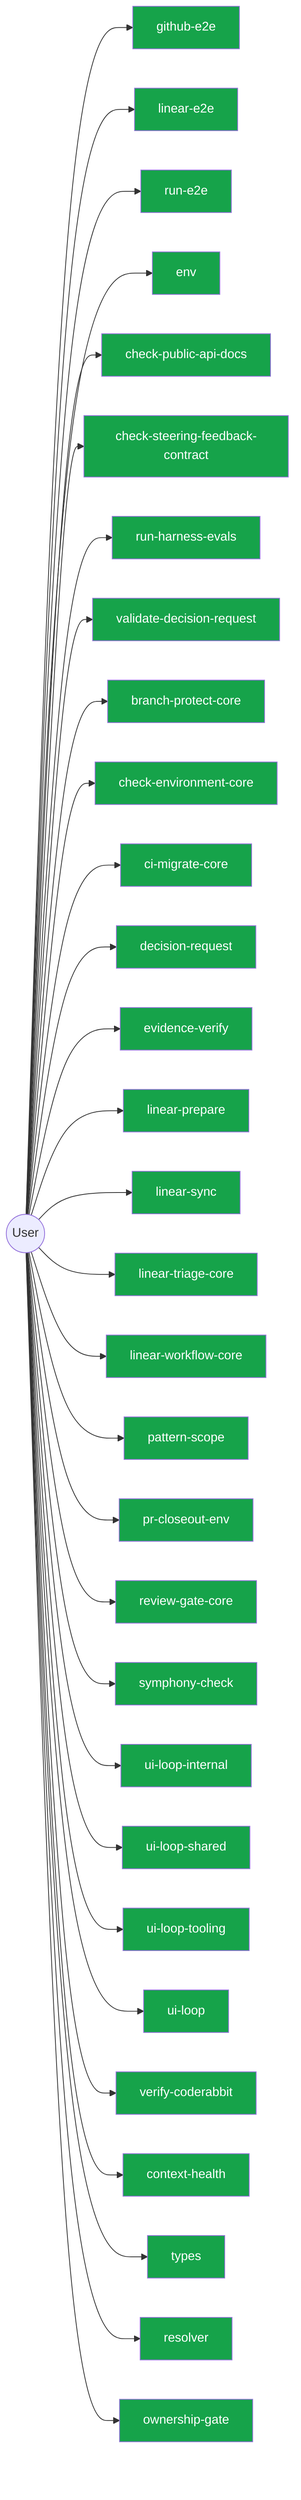
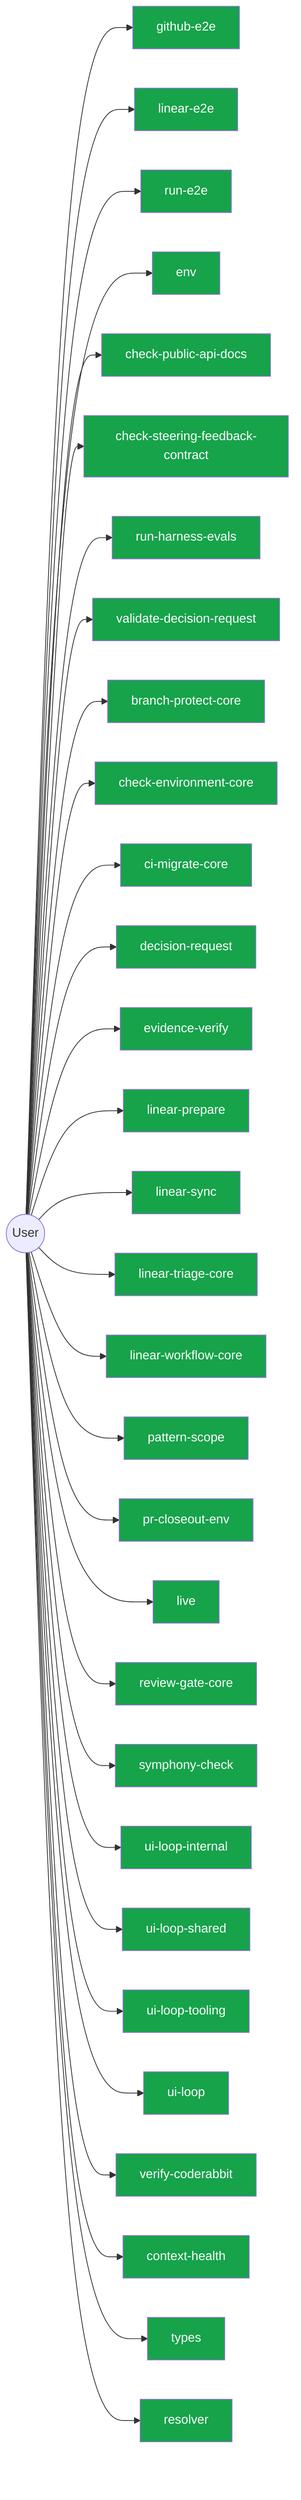
flowchart LR
  User(("User"))
  github_e2e_2891a341["github-e2e"]
  User --> github_e2e_2891a341
  linear_e2e_decf3708["linear-e2e"]
  User --> linear_e2e_decf3708
  run_e2e_39efe696["run-e2e"]
  User --> run_e2e_39efe696
  env_b77349bf["env"]
  User --> env_b77349bf
  check_public_api_docs_a9604f1b["check-public-api-docs"]
  User --> check_public_api_docs_a9604f1b
  check_steering_feedback_contract_80134459["check-steering-feedback-contract"]
  User --> check_steering_feedback_contract_80134459
  run_harness_evals_77704768["run-harness-evals"]
  User --> run_harness_evals_77704768
  validate_decision_request_2e5c325e["validate-decision-request"]
  User --> validate_decision_request_2e5c325e
  branch_protect_core_a8feb0fd["branch-protect-core"]
  User --> branch_protect_core_a8feb0fd
  check_environment_core_2c16213f["check-environment-core"]
  User --> check_environment_core_2c16213f
  ci_migrate_core_7005b5af["ci-migrate-core"]
  User --> ci_migrate_core_7005b5af
  decision_request_118a770d["decision-request"]
  User --> decision_request_118a770d
  evidence_verify_3b73c290["evidence-verify"]
  User --> evidence_verify_3b73c290
  linear_prepare_0c613ba6["linear-prepare"]
  User --> linear_prepare_0c613ba6
  linear_sync_a2fa2bf7["linear-sync"]
  User --> linear_sync_a2fa2bf7
  linear_triage_core_7cbca73e["linear-triage-core"]
  User --> linear_triage_core_7cbca73e
  linear_workflow_core_0e19cff4["linear-workflow-core"]
  User --> linear_workflow_core_0e19cff4
  pattern_scope_61ff946d["pattern-scope"]
  User --> pattern_scope_61ff946d
  pr_closeout_env_9bfcd9ef["pr-closeout-env"]
  User --> pr_closeout_env_9bfcd9ef
+   live_247610f4["live"]
+   User --> live_247610f4
  review_gate_core_4c8001f9["review-gate-core"]
  User --> review_gate_core_4c8001f9
  symphony_check_e97f2ea0["symphony-check"]
  User --> symphony_check_e97f2ea0
  ui_loop_internal_f2eb8892["ui-loop-internal"]
  User --> ui_loop_internal_f2eb8892
  ui_loop_shared_8c83b841["ui-loop-shared"]
  User --> ui_loop_shared_8c83b841
  ui_loop_tooling_12b2d2c7["ui-loop-tooling"]
  User --> ui_loop_tooling_12b2d2c7
  ui_loop_11660889["ui-loop"]
  User --> ui_loop_11660889
  verify_coderabbit_490b4e71["verify-coderabbit"]
  User --> verify_coderabbit_490b4e71
  context_health_1_ceb11829["context-health"]
  User --> context_health_1_ceb11829
  types_2_d9bc6e7a["types"]
  User --> types_2_d9bc6e7a
  resolver_439c3635["resolver"]
  User --> resolver_439c3635
-   ownership_gate_2e194d13["ownership-gate"]
-   User --> ownership_gate_2e194d13
  classDef userNode fill:#16a34a,color:#fff
-   class github_e2e_2891a341,linear_e2e_decf3708,run_e2e_39efe696,env_b77349bf,check_public_api_docs_a9604f1b,check_steering_feedback_contract_80134459,run_harness_evals_77704768,validate_decision_request_2e5c325e,branch_protect_core_a8feb0fd,check_environment_core_2c16213f,ci_migrate_core_7005b5af,decision_request_118a770d,evidence_verify_3b73c290,linear_prepare_0c613ba6,linear_sync_a2fa2bf7,linear_triage_core_7cbca73e,linear_workflow_core_0e19cff4,pattern_scope_61ff946d,pr_closeout_env_9bfcd9ef,review_gate_core_4c8001f9,symphony_check_e97f2ea0,ui_loop_internal_f2eb8892,ui_loop_shared_8c83b841,ui_loop_tooling_12b2d2c7,ui_loop_11660889,verify_coderabbit_490b4e71,context_health_1_ceb11829,types_2_d9bc6e7a,resolver_439c3635,ownership_gate_2e194d13 userNode
+   class github_e2e_2891a341,linear_e2e_decf3708,run_e2e_39efe696,env_b77349bf,check_public_api_docs_a9604f1b,check_steering_feedback_contract_80134459,run_harness_evals_77704768,validate_decision_request_2e5c325e,branch_protect_core_a8feb0fd,check_environment_core_2c16213f,ci_migrate_core_7005b5af,decision_request_118a770d,evidence_verify_3b73c290,linear_prepare_0c613ba6,linear_sync_a2fa2bf7,linear_triage_core_7cbca73e,linear_workflow_core_0e19cff4,pattern_scope_61ff946d,pr_closeout_env_9bfcd9ef,live_247610f4,review_gate_core_4c8001f9,symphony_check_e97f2ea0,ui_loop_internal_f2eb8892,ui_loop_shared_8c83b841,ui_loop_tooling_12b2d2c7,ui_loop_11660889,verify_coderabbit_490b4e71,context_health_1_ceb11829,types_2_d9bc6e7a,resolver_439c3635 userNode
